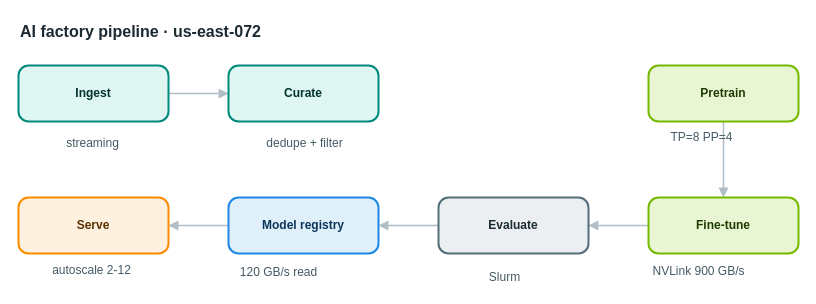
AryanG01/open-apprentice keeps this draw.io diagram as apps/web/public/samples/library/072-ai-factory-pipeline.drawio. Above is the earlier version. Source tidied: cells renumbered, new cells numbered last; positions are measured from the earlier drawing's top-left corner, leaving out a move shared by most shapes. Both pictures are drawn from the tidied source at 100%, with x=0, y=0 at pixel (18, 17).
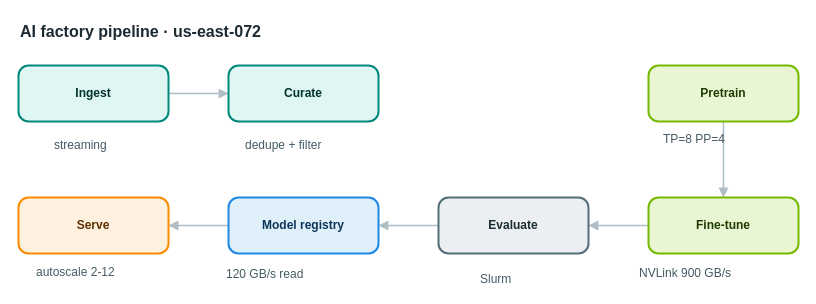
The same page after the edit.

The edit, as a diff of the source:
```diff
@@
-    <mxCell id="15" value="streaming" style="text;html=1;align=center;verticalAlign=middle;whiteSpace=nowrap;strokeColor=none;fillColor=none;fontSize=12;fontColor=#455a64;" parent="1" vertex="1">
+    <mxCell id="15" value="streaming" style="text;html=1;align=left;verticalAlign=top;whiteSpace=nowrap;spacing=0;spacingTop=0;strokeColor=none;fillColor=none;fontSize=12;fontColor=#455a64;" parent="1" vertex="1">
       <mxGeometry x="36" y="116" width="75" height="20" as="geometry" />
     </mxCell>
-    <mxCell id="16" value="dedupe + filter" style="text;html=1;align=center;verticalAlign=middle;whiteSpace=nowrap;strokeColor=none;fillColor=none;fontSize=12;fontColor=#455a64;" parent="1" vertex="1">
+    <mxCell id="16" value="dedupe + filter" style="text;html=1;align=left;verticalAlign=top;whiteSpace=nowrap;spacing=0;spacingTop=0;strokeColor=none;fillColor=none;fontSize=12;fontColor=#455a64;" parent="1" vertex="1">
       <mxGeometry x="227" y="116" width="117" height="20" as="geometry" />
     </mxCell>
-    <mxCell id="17" value="TP=8 PP=4" style="text;html=1;align=center;verticalAlign=middle;whiteSpace=nowrap;strokeColor=none;fillColor=none;fontSize=12;fontColor=#455a64;" parent="1" vertex="1">
+    <mxCell id="17" value="TP=8 PP=4" style="text;html=1;align=left;verticalAlign=top;whiteSpace=nowrap;spacing=0;spacingTop=0;strokeColor=none;fillColor=none;fontSize=12;fontColor=#455a64;" parent="1" vertex="1">
       <mxGeometry x="645" y="110" width="75" height="20" as="geometry" />
     </mxCell>
-    <mxCell id="18" value="NVLink 900 GB/s" style="text;html=1;align=center;verticalAlign=middle;whiteSpace=nowrap;strokeColor=none;fillColor=none;fontSize=12;fontColor=#455a64;" parent="1" vertex="1">
+    <mxCell id="18" value="NVLink 900 GB/s" style="text;html=1;align=left;verticalAlign=top;whiteSpace=nowrap;spacing=0;spacingTop=0;strokeColor=none;fillColor=none;fontSize=12;fontColor=#455a64;" parent="1" vertex="1">
       <mxGeometry x="621" y="244" width="117" height="20" as="geometry" />
     </mxCell>
-    <mxCell id="19" value="Slurm" style="text;html=1;align=center;verticalAlign=middle;whiteSpace=nowrap;strokeColor=none;fillColor=none;fontSize=12;fontColor=#455a64;" parent="1" vertex="1">
+    <mxCell id="19" value="Slurm" style="text;html=1;align=left;verticalAlign=top;whiteSpace=nowrap;spacing=0;spacingTop=0;strokeColor=none;fillColor=none;fontSize=12;fontColor=#455a64;" parent="1" vertex="1">
       <mxGeometry x="462" y="250" width="47" height="20" as="geometry" />
     </mxCell>
-    <mxCell id="20" value="120 GB/s read" style="text;html=1;align=center;verticalAlign=middle;whiteSpace=nowrap;strokeColor=none;fillColor=none;fontSize=12;fontColor=#455a64;" parent="1" vertex="1">
+    <mxCell id="20" value="120 GB/s read" style="text;html=1;align=left;verticalAlign=top;whiteSpace=nowrap;spacing=0;spacingTop=0;strokeColor=none;fillColor=none;fontSize=12;fontColor=#455a64;" parent="1" vertex="1">
       <mxGeometry x="208" y="245" width="103" height="20" as="geometry" />
     </mxCell>
-    <mxCell id="21" value="autoscale 2-12" style="text;html=1;align=center;verticalAlign=middle;whiteSpace=nowrap;strokeColor=none;fillColor=none;fontSize=12;fontColor=#455a64;" parent="1" vertex="1">
+    <mxCell id="21" value="autoscale 2-12" style="text;html=1;align=left;verticalAlign=top;whiteSpace=nowrap;spacing=0;spacingTop=0;strokeColor=none;fillColor=none;fontSize=12;fontColor=#455a64;" parent="1" vertex="1">
       <mxGeometry x="18" y="243" width="110" height="20" as="geometry" />
     </mxCell>
```
